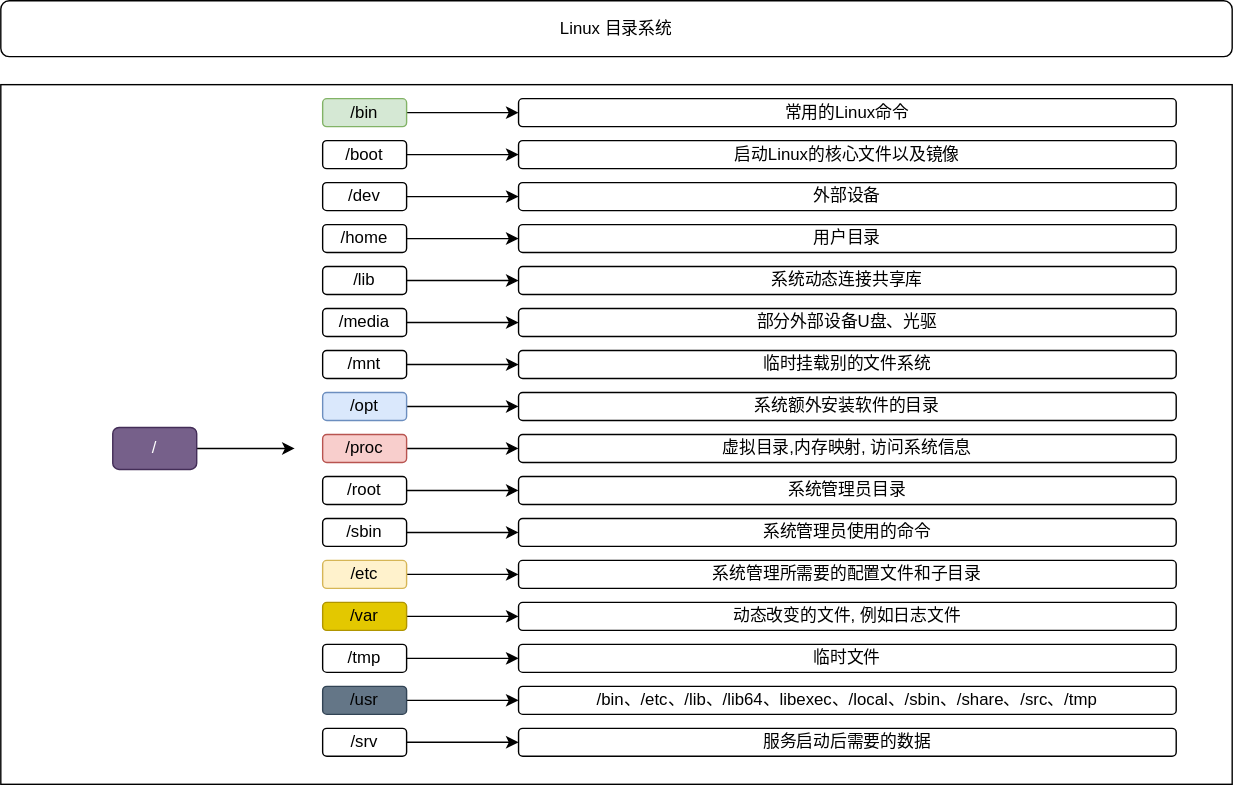
The draw.io diagram 03-工作环境/images/Linux_dir.svg in cd-home/Root, before a commit. Source tidied: cells renumbered, new cells last; positions are measured from the earlier drawing's top-left corner, leaving out a move shared by most shapes.
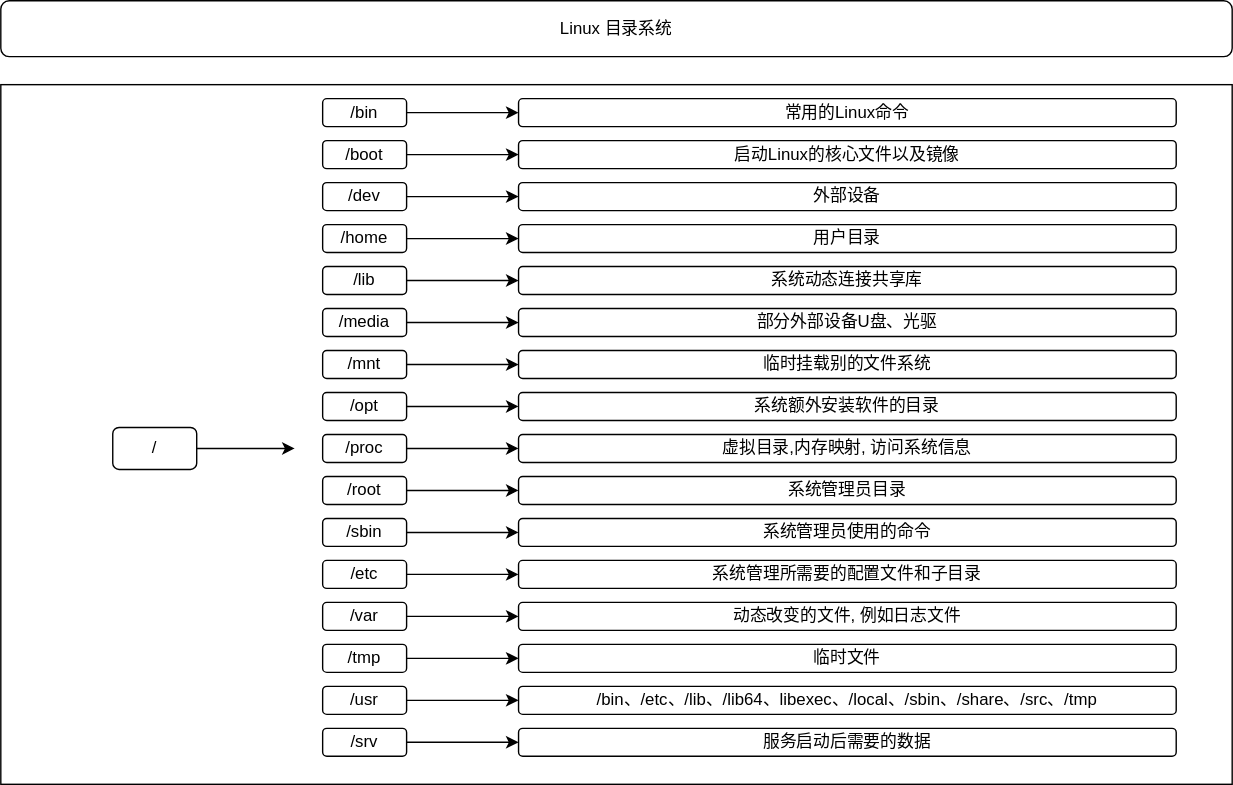
The same diagram one commit later.

Change to the diagram source:
```diff
@@ -13,13 +13,13 @@
         <mxPoint x="210" y="320" as="targetPoint" />
       </mxGeometry>
     </mxCell>
-    <mxCell id="5" value="/" style="rounded=1;whiteSpace=wrap;html=1;fillColor=#76608a;fontColor=#ffffff;strokeColor=#432D57;" parent="1" vertex="1">
+    <mxCell id="5" value="/" style="rounded=1;whiteSpace=wrap;html=1;" parent="1" vertex="1">
       <mxGeometry x="80" y="305" width="60" height="30" as="geometry" />
     </mxCell>
     <mxCell id="6" style="edgeStyle=orthogonalEdgeStyle;rounded=0;jettySize=auto;html=1;" parent="1" edge="1" source="7" target="38">
       <mxGeometry relative="1" as="geometry" />
     </mxCell>
-    <mxCell id="7" value="/bin" style="rounded=1;whiteSpace=wrap;html=1;fillColor=#d5e8d4;strokeColor=#82b366;" parent="1" vertex="1">
+    <mxCell id="7" value="/bin" style="rounded=1;whiteSpace=wrap;html=1;" parent="1" vertex="1">
       <mxGeometry x="230" y="70" width="60" height="20" as="geometry" />
     </mxCell>
     <mxCell id="8" style="edgeStyle=orthogonalEdgeStyle;rounded=0;jettySize=auto;html=1;" parent="1" edge="1" source="9" target="39">
@@ -61,13 +61,13 @@
     <mxCell id="20" style="edgeStyle=orthogonalEdgeStyle;rounded=0;jettySize=auto;html=1;" parent="1" edge="1" source="21" target="45">
       <mxGeometry relative="1" as="geometry" />
     </mxCell>
-    <mxCell id="21" value="/opt" style="rounded=1;whiteSpace=wrap;html=1;fillColor=#dae8fc;strokeColor=#6c8ebf;" parent="1" vertex="1">
+    <mxCell id="21" value="/opt" style="rounded=1;whiteSpace=wrap;html=1;" parent="1" vertex="1">
       <mxGeometry x="230" y="280" width="60" height="20" as="geometry" />
     </mxCell>
     <mxCell id="22" style="edgeStyle=orthogonalEdgeStyle;rounded=0;jettySize=auto;html=1;" parent="1" edge="1" source="23" target="46">
       <mxGeometry relative="1" as="geometry" />
     </mxCell>
-    <mxCell id="23" value="/proc" style="rounded=1;whiteSpace=wrap;html=1;fillColor=#f8cecc;strokeColor=#b85450;" parent="1" vertex="1">
+    <mxCell id="23" value="/proc" style="rounded=1;whiteSpace=wrap;html=1;" parent="1" vertex="1">
       <mxGeometry x="230" y="310" width="60" height="20" as="geometry" />
     </mxCell>
     <mxCell id="24" style="edgeStyle=orthogonalEdgeStyle;rounded=0;jettySize=auto;html=1;" parent="1" edge="1" source="25" target="47">
@@ -85,13 +85,13 @@
     <mxCell id="28" style="edgeStyle=orthogonalEdgeStyle;rounded=0;jettySize=auto;html=1;" parent="1" edge="1" source="29" target="49">
       <mxGeometry relative="1" as="geometry" />
     </mxCell>
-    <mxCell id="29" value="/etc" style="rounded=1;whiteSpace=wrap;html=1;fillColor=#fff2cc;strokeColor=#d6b656;" parent="1" vertex="1">
+    <mxCell id="29" value="/etc" style="rounded=1;whiteSpace=wrap;html=1;" parent="1" vertex="1">
       <mxGeometry x="230" y="400" width="60" height="20" as="geometry" />
     </mxCell>
     <mxCell id="30" style="edgeStyle=orthogonalEdgeStyle;rounded=0;jettySize=auto;html=1;" parent="1" edge="1" source="31" target="50">
       <mxGeometry relative="1" as="geometry" />
     </mxCell>
-    <mxCell id="31" value="/var" style="rounded=1;whiteSpace=wrap;html=1;fillColor=#e3c800;strokeColor=#B09500;fontColor=#000000;" parent="1" vertex="1">
+    <mxCell id="31" value="/var" style="rounded=1;whiteSpace=wrap;html=1;" parent="1" vertex="1">
       <mxGeometry x="230" y="430" width="60" height="20" as="geometry" />
     </mxCell>
     <mxCell id="32" style="edgeStyle=orthogonalEdgeStyle;rounded=0;jettySize=auto;html=1;" parent="1" edge="1" source="33" target="51">
@@ -103,7 +103,7 @@
     <mxCell id="34" style="edgeStyle=orthogonalEdgeStyle;rounded=0;jettySize=auto;html=1;" parent="1" edge="1" source="35" target="52">
       <mxGeometry relative="1" as="geometry" />
     </mxCell>
-    <mxCell id="35" value="&lt;font color=&quot;#000000&quot;&gt;/usr&lt;/font&gt;" style="rounded=1;whiteSpace=wrap;html=1;fillColor=#647687;fontColor=#ffffff;strokeColor=#314354;" parent="1" vertex="1">
+    <mxCell id="35" value="&lt;font color=&quot;#000000&quot;&gt;/usr&lt;/font&gt;" style="rounded=1;whiteSpace=wrap;html=1;" parent="1" vertex="1">
       <mxGeometry x="230" y="490" width="60" height="20" as="geometry" />
     </mxCell>
     <mxCell id="36" style="edgeStyle=orthogonalEdgeStyle;rounded=0;jettySize=auto;html=1;" parent="1" edge="1" source="37" target="53">
```
